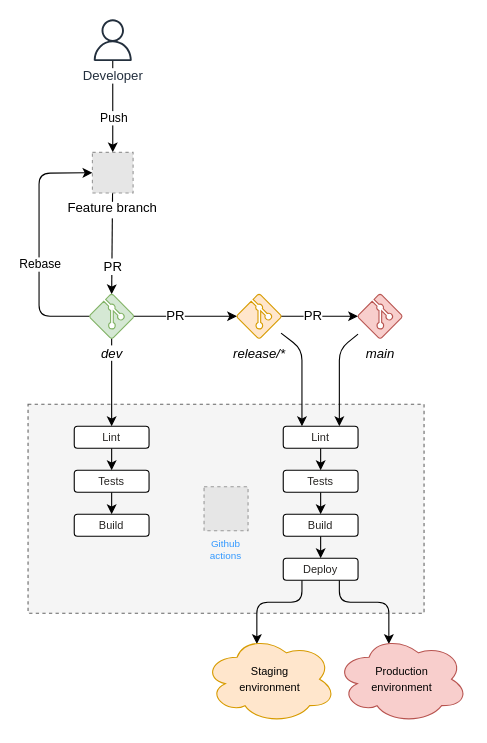
Earlier version of the draw.io diagram specs/workflow.drawio (SGM-SA/sgm). Source tidied: cells renumbered, new cells numbered last; positions are measured from the earlier drawing's top-left corner, leaving out a move shared by most shapes. Both pictures are drawn from the tidied source at 110%, with x=0, y=0 at pixel (28, 19). Pictures stored in the file or linked from it are replaced by grey dashed boxes.
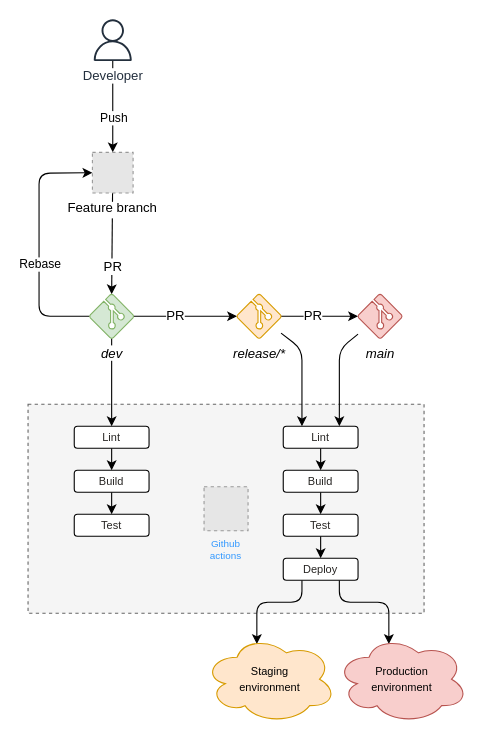
Above is the later version.

Change to the diagram source:
```diff
@@
-    <mxCell id="23" value="&lt;font style=&quot;font-size: 10px;&quot; color=&quot;#262422&quot;&gt;Build&lt;/font&gt;" style="rounded=1;whiteSpace=wrap;html=1;labelBackgroundColor=default;strokeColor=#000000;fontSize=12;fontColor=#FFE6CC;fillColor=default;" parent="1" vertex="1">
+    <mxCell id="23" value="&lt;font style=&quot;font-size: 10px;&quot; color=&quot;#262422&quot;&gt;Test&lt;/font&gt;" style="rounded=1;whiteSpace=wrap;html=1;labelBackgroundColor=default;strokeColor=#000000;fontSize=12;fontColor=#FFE6CC;fillColor=default;" parent="1" vertex="1">
       <mxGeometry x="42" y="450" width="68" height="20" as="geometry" />
     </mxCell>
@@
-    <mxCell id="25" value="&lt;font style=&quot;font-size: 10px;&quot; color=&quot;#262422&quot;&gt;Tests&lt;/font&gt;" style="rounded=1;whiteSpace=wrap;html=1;labelBackgroundColor=default;strokeColor=#000000;fontSize=12;fontColor=#FFE6CC;fillColor=default;" parent="1" vertex="1">
+    <mxCell id="25" value="&lt;font style=&quot;font-size: 10px;&quot; color=&quot;#262422&quot;&gt;Build&lt;/font&gt;" style="rounded=1;whiteSpace=wrap;html=1;labelBackgroundColor=default;strokeColor=#000000;fontSize=12;fontColor=#FFE6CC;fillColor=default;" parent="1" vertex="1">
       <mxGeometry x="42" y="410" width="68" height="20" as="geometry" />
     </mxCell>
@@
-    <mxCell id="33" value="&lt;font style=&quot;font-size: 10px;&quot; color=&quot;#262422&quot;&gt;Tests&lt;/font&gt;" style="rounded=1;whiteSpace=wrap;html=1;labelBackgroundColor=default;strokeColor=#000000;fontSize=12;fontColor=#FFE6CC;fillColor=default;" parent="1" vertex="1">
+    <mxCell id="33" value="&lt;font style=&quot;font-size: 10px;&quot; color=&quot;#262422&quot;&gt;Build&lt;/font&gt;" style="rounded=1;whiteSpace=wrap;html=1;labelBackgroundColor=default;strokeColor=#000000;fontSize=12;fontColor=#FFE6CC;fillColor=default;" parent="1" vertex="1">
       <mxGeometry x="232" y="410" width="68" height="20" as="geometry" />
     </mxCell>
@@
-    <mxCell id="37" value="&lt;font style=&quot;font-size: 10px;&quot; color=&quot;#262422&quot;&gt;Build&lt;/font&gt;" style="rounded=1;whiteSpace=wrap;html=1;labelBackgroundColor=default;strokeColor=#000000;fontSize=12;fontColor=#FFE6CC;fillColor=default;" parent="1" vertex="1">
+    <mxCell id="37" value="&lt;font style=&quot;font-size: 10px;&quot; color=&quot;#262422&quot;&gt;Test&lt;/font&gt;" style="rounded=1;whiteSpace=wrap;html=1;labelBackgroundColor=default;strokeColor=#000000;fontSize=12;fontColor=#FFE6CC;fillColor=default;" parent="1" vertex="1">
       <mxGeometry x="232" y="450" width="68" height="20" as="geometry" />
     </mxCell>
```
